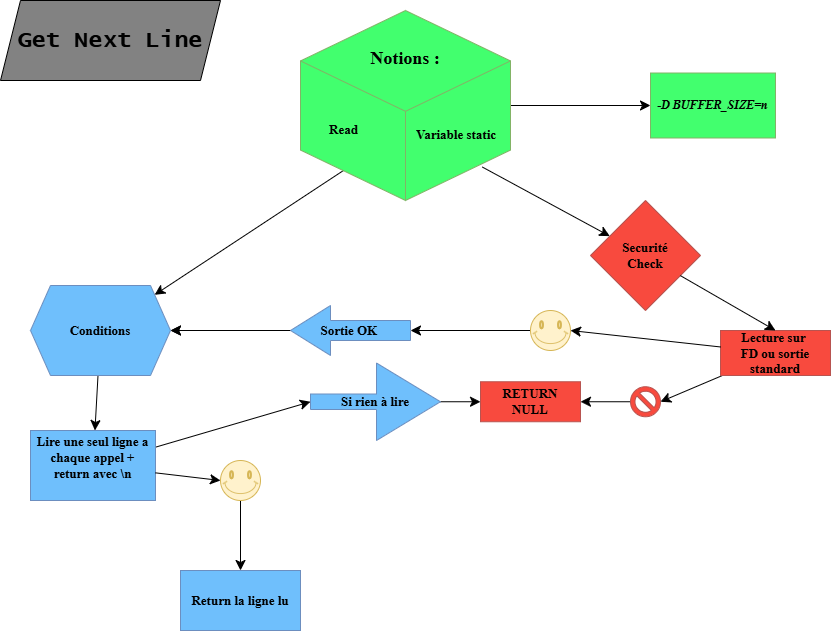
Earlier version of the draw.io export getnext.drawio.png (Lyricallll/get_next_line). Source tidied: cells renumbered, new cells last; positions are measured from the earlier drawing's top-left corner, leaving out a move shared by most shapes.
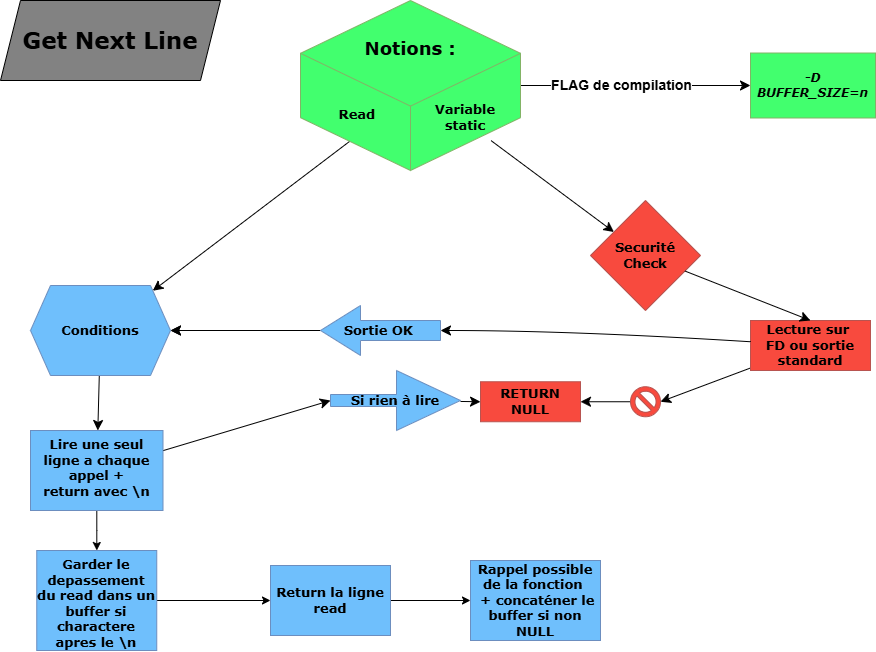
After the change.

Commit message:
Mettre à jour getnext.drawio.png

The edit, as a diff of the source:
```diff
@@ -4,72 +4,75 @@
     <mxCell id="1" parent="0" />
-    <mxCell id="2" style="edgeStyle=none;curved=1;rounded=0;jettySize=auto;html=1;fontSize=12;startSize=8;endSize=8;exitX=0.866;exitY=0.824;exitDx=0;exitDy=0;exitPerimeter=0;fontFamily=Garamond;" parent="1" edge="1" source="9" target="5">
+    <mxCell id="2" style="edgeStyle=none;curved=1;rounded=0;jettySize=auto;html=1;fontSize=12;startSize=8;endSize=8;exitX=0.866;exitY=0.824;exitDx=0;exitDy=0;exitPerimeter=0;fontFamily=Verdana;" parent="1" edge="1" source="9" target="5">
       <mxGeometry relative="1" as="geometry" />
     </mxCell>
-    <mxCell id="3" style="edgeStyle=none;curved=1;rounded=0;jettySize=auto;html=1;fontSize=12;startSize=8;endSize=8;exitX=0.224;exitY=0.828;exitDx=0;exitDy=0;exitPerimeter=0;fontFamily=Garamond;" parent="1" edge="1" source="9" target="7">
+    <mxCell id="3" style="edgeStyle=none;curved=1;rounded=0;jettySize=auto;html=1;fontSize=12;startSize=8;endSize=8;exitX=0.224;exitY=0.828;exitDx=0;exitDy=0;exitPerimeter=0;fontFamily=Verdana;" parent="1" edge="1" source="9" target="7">
       <mxGeometry relative="1" as="geometry" />
     </mxCell>
-    <mxCell id="4" value="Get Next Line" style="shape=parallelogram;perimeter=parallelogramPerimeter;whiteSpace=wrap;html=1;fixedSize=1;fontStyle=1;fontSize=23;fillColor=#828282;fontFamily=Lucida Console;" parent="1" vertex="1">
+    <mxCell id="4" value="Get Next Line" style="shape=parallelogram;perimeter=parallelogramPerimeter;whiteSpace=wrap;html=1;fixedSize=1;fontStyle=1;fontSize=23;fillColor=#828282;fontFamily=Verdana;" parent="1" vertex="1">
       <mxGeometry width="220" height="80" as="geometry" />
     </mxCell>
-    <mxCell id="5" value="Securité&lt;div&gt;Check&lt;/div&gt;" style="rhombus;whiteSpace=wrap;html=1;fontSize=13;fontFamily=Garamond;verticalAlign=middle;fillColor=#F84A3E;fontStyle=1;startSize=26;swimlaneFillColor=#ffffff;rounded=0;shadow=0;comic=0;labelBackgroundColor=none;strokeWidth=1;strokeColor=#b85450;" parent="1" vertex="1">
+    <mxCell id="5" value="Securité&lt;div&gt;Check&lt;/div&gt;" style="rhombus;whiteSpace=wrap;html=1;fontSize=13;fontFamily=Verdana;verticalAlign=middle;fillColor=#F84A3E;fontStyle=1;startSize=26;swimlaneFillColor=#ffffff;rounded=0;shadow=0;comic=0;labelBackgroundColor=none;strokeWidth=1;strokeColor=#b85450;" parent="1" vertex="1">
       <mxGeometry x="590" y="200" width="110" height="110" as="geometry" />
     </mxCell>
-    <mxCell id="6" style="edgeStyle=none;curved=1;rounded=0;jettySize=auto;html=1;fontSize=12;startSize=8;endSize=8;fontFamily=Garamond;" parent="1" edge="1" source="7" target="15">
+    <mxCell id="6" style="edgeStyle=none;curved=1;rounded=0;jettySize=auto;html=1;fontSize=12;startSize=8;endSize=8;fontFamily=Verdana;" parent="1" edge="1" source="7" target="15">
       <mxGeometry relative="1" as="geometry" />
     </mxCell>
-    <mxCell id="7" value="Conditions" style="shape=hexagon;perimeter=hexagonPerimeter2;whiteSpace=wrap;html=1;fixedSize=1;fontSize=13;fontFamily=Garamond;verticalAlign=middle;fillColor=#6FBFFC;fontStyle=1;startSize=26;swimlaneFillColor=#ffffff;rounded=0;shadow=0;comic=0;labelBackgroundColor=none;strokeWidth=1;strokeColor=#6c8ebf;" parent="1" vertex="1">
+    <mxCell id="7" value="Conditions" style="shape=hexagon;perimeter=hexagonPerimeter2;whiteSpace=wrap;html=1;fixedSize=1;fontSize=13;fontFamily=Verdana;verticalAlign=middle;fillColor=#6FBFFC;fontStyle=1;startSize=26;swimlaneFillColor=#ffffff;rounded=0;shadow=0;comic=0;labelBackgroundColor=none;strokeWidth=1;strokeColor=#6c8ebf;" parent="1" vertex="1">
       <mxGeometry x="30" y="285" width="140" height="90" as="geometry" />
     </mxCell>
-    <mxCell id="8" style="edgeStyle=none;curved=1;rounded=0;jettySize=auto;html=1;fontSize=12;startSize=8;endSize=8;fontFamily=Garamond;strokeColor=default;" parent="1" edge="1" source="9" target="23">
+    <mxCell id="8" style="edgeStyle=none;curved=1;rounded=0;jettySize=auto;html=1;fontSize=12;startSize=8;endSize=8;fontFamily=Verdana;strokeColor=default;" parent="1" edge="1" source="9" target="23">
       <mxGeometry relative="1" as="geometry" />
     </mxCell>
+    <mxCell id="33" value="&lt;b&gt;&lt;font style=&quot;font-size: 14px;&quot;&gt;FLAG de compilation&lt;/font&gt;&lt;/b&gt;" style="edgeLabel;html=1;align=center;verticalAlign=middle;" parent="8" vertex="1">
+      <mxGeometry x="-0.13" y="1" relative="1" as="geometry" />
+    </mxCell>
-    <mxCell id="9" value="&lt;div&gt;&lt;span style=&quot;font-size: 13px; font-weight: 700; text-wrap: nowrap; background-color: initial;&quot;&gt;&lt;br&gt;&lt;/span&gt;&lt;/div&gt;&lt;div&gt;&lt;span style=&quot;font-size: 13px; font-weight: 700; text-wrap: nowrap; background-color: initial;&quot;&gt;&lt;br&gt;&lt;/span&gt;&lt;/div&gt;&lt;div&gt;&lt;font style=&quot;font-size: 18px;&quot;&gt;&lt;span style=&quot;font-weight: 700; text-wrap: nowrap; background-color: initial;&quot;&gt;Notions :&lt;/span&gt;&lt;br&gt;&lt;/font&gt;&lt;/div&gt;&lt;div&gt;&lt;span style=&quot;font-size: 13px; font-weight: 700; text-wrap: nowrap; background-color: initial;&quot;&gt;&lt;br&gt;&lt;/span&gt;&lt;/div&gt;&lt;div&gt;&lt;span style=&quot;font-size: 13px; font-weight: 700; text-wrap: nowrap; background-color: initial;&quot;&gt;&lt;br&gt;&lt;/span&gt;&lt;/div&gt;&lt;div&gt;&lt;br&gt;&lt;/div&gt;&lt;div style=&quot;text-align: left;&quot;&gt;&lt;br&gt;&lt;/div&gt;" style="html=1;whiteSpace=wrap;shape=isoCube2;backgroundOutline=1;isoAngle=15;verticalAlign=top;fillColor=#42FF6E;strokeColor=#82b366;fontFamily=Garamond;" parent="1" vertex="1">
-      <mxGeometry x="300" y="10" width="210" height="190" as="geometry" />
+    <mxCell id="9" value="&lt;div&gt;&lt;span style=&quot;font-size: 13px; text-wrap: nowrap; background-color: initial;&quot;&gt;&lt;br&gt;&lt;/span&gt;&lt;/div&gt;&lt;div&gt;&lt;span style=&quot;font-size: 13px; text-wrap: nowrap; background-color: initial;&quot;&gt;&lt;br&gt;&lt;/span&gt;&lt;/div&gt;&lt;div&gt;&lt;font style=&quot;font-size: 18px;&quot;&gt;&lt;span style=&quot;text-wrap: nowrap; background-color: initial;&quot;&gt;Notions :&lt;/span&gt;&lt;br&gt;&lt;/font&gt;&lt;/div&gt;&lt;div&gt;&lt;span style=&quot;font-size: 13px; text-wrap: nowrap; background-color: initial;&quot;&gt;&lt;br&gt;&lt;/span&gt;&lt;/div&gt;&lt;div&gt;&lt;span style=&quot;font-size: 13px; text-wrap: nowrap; background-color: initial;&quot;&gt;&lt;br&gt;&lt;/span&gt;&lt;/div&gt;&lt;div&gt;&lt;br&gt;&lt;/div&gt;&lt;div style=&quot;text-align: left;&quot;&gt;&lt;br&gt;&lt;/div&gt;" style="html=1;whiteSpace=wrap;shape=isoCube2;backgroundOutline=1;isoAngle=15;verticalAlign=top;fillColor=#42FF6E;strokeColor=#82b366;fontFamily=Verdana;fontStyle=1;" parent="1" vertex="1">
+      <mxGeometry x="300" width="220" height="170" as="geometry" />
     </mxCell>
-    <mxCell id="10" value="&amp;nbsp; &amp;nbsp; &amp;nbsp; &amp;nbsp; Read" style="text;html=1;strokeColor=none;fillColor=none;align=left;verticalAlign=top;spacingLeft=1;spacingRight=4;whiteSpace=wrap;overflow=hidden;fontStyle=1;fontSize=13;spacingBottom=0;flipV=0;flipH=0;direction=west;fontFamily=Garamond;" parent="1" vertex="1">
-      <mxGeometry x="300" y="115" width="110" height="30" as="geometry" />
+    <mxCell id="10" value="&amp;nbsp; &amp;nbsp; &amp;nbsp; &amp;nbsp; Read" style="text;html=1;strokeColor=none;fillColor=none;align=left;verticalAlign=top;spacingLeft=1;spacingRight=4;whiteSpace=wrap;overflow=hidden;fontStyle=1;fontSize=13;spacingBottom=0;flipV=0;flipH=0;direction=west;fontFamily=Verdana;horizontal=1;" parent="1" vertex="1">
+      <mxGeometry x="300" y="100" width="110" height="30" as="geometry" />
     </mxCell>
-    <mxCell id="11" value="Variable static&lt;div&gt;&lt;span style=&quot;white-space: pre;&quot;&gt;&#9;&lt;/span&gt;&lt;span style=&quot;white-space: pre;&quot;&gt;&#9;&lt;/span&gt;&lt;br&gt;&lt;/div&gt;" style="text;html=1;strokeColor=none;fillColor=none;align=left;verticalAlign=top;spacingLeft=4;spacingRight=4;whiteSpace=wrap;overflow=hidden;fontStyle=1;fontSize=13;fontFamily=Garamond;direction=west;" parent="1" vertex="1">
-      <mxGeometry x="410" y="120" width="100" height="40" as="geometry" />
+    <mxCell id="11" value="Variable static&lt;br&gt;&#9;&#9;&lt;br&gt;" style="text;strokeColor=none;fillColor=none;align=center;verticalAlign=top;spacingLeft=4;spacingRight=4;whiteSpace=wrap;overflow=hidden;fontStyle=1;fontSize=13;fontFamily=Verdana;direction=west;html=1;" parent="1" vertex="1">
+      <mxGeometry x="410" y="95" width="110" height="40" as="geometry" />
     </mxCell>
-    <mxCell id="12" value="RETURN&lt;div&gt;&lt;span style=&quot;background-color: initial;&quot;&gt;NULL&lt;/span&gt;&lt;br&gt;&lt;/div&gt;" style="rounded=0;whiteSpace=wrap;html=1;fontSize=13;fontFamily=Garamond;fillColor=#F84A3E;strokeColor=#b85450;fontStyle=1;startSize=26;swimlaneFillColor=#ffffff;shadow=0;comic=0;labelBackgroundColor=none;strokeWidth=1;align=center;verticalAlign=middle;fontColor=default;" parent="1" vertex="1">
+    <mxCell id="12" value="RETURN&lt;div&gt;&lt;span style=&quot;background-color: initial;&quot;&gt;NULL&lt;/span&gt;&lt;br&gt;&lt;/div&gt;" style="rounded=0;whiteSpace=wrap;html=1;fontSize=13;fontFamily=Verdana;fillColor=#F84A3E;strokeColor=#b85450;fontStyle=1;startSize=26;swimlaneFillColor=#ffffff;shadow=0;comic=0;labelBackgroundColor=none;strokeWidth=1;align=center;verticalAlign=middle;fontColor=default;" parent="1" vertex="1">
       <mxGeometry x="480" y="381.2" width="100" height="40" as="geometry" />
     </mxCell>
-    <mxCell id="13" style="edgeStyle=none;curved=1;rounded=0;jettySize=auto;html=1;fontSize=12;startSize=8;endSize=8;entryX=0;entryY=0.5;entryDx=0;entryDy=0;entryPerimeter=0;fontFamily=Garamond;" parent="1" edge="1" source="15" target="17">
+    <mxCell id="13" style="edgeStyle=none;curved=1;rounded=0;jettySize=auto;html=1;fontSize=12;startSize=8;endSize=8;entryX=0;entryY=0.5;entryDx=0;entryDy=0;entryPerimeter=0;fontFamily=Verdana;" parent="1" edge="1" source="15" target="17">
       <mxGeometry relative="1" as="geometry" />
     </mxCell>
-    <mxCell id="14" style="edgeStyle=none;curved=1;rounded=0;jettySize=auto;html=1;entryX=0.5;entryY=0;entryDx=0;entryDy=0;fontSize=12;startSize=8;endSize=8;fontFamily=Garamond;" parent="1" edge="1" source="30" target="18">
-      <mxGeometry relative="1" as="geometry" />
-    </mxCell>
+    <mxCell id="34" style="edgeStyle=orthogonalEdgeStyle;rounded=0;jettySize=auto;html=1;" parent="1" edge="1" source="15" target="37">
+      <mxGeometry relative="1" as="geometry" />
+    </mxCell>
-    <mxCell id="15" value="Lire une seul ligne a chaque app&lt;span style=&quot;background-color: initial;&quot;&gt;el +&lt;/span&gt;&lt;div&gt;return avec \n&lt;br&gt;&lt;div&gt;&lt;div&gt;&lt;br&gt;&lt;/div&gt;&lt;/div&gt;&lt;/div&gt;" style="whiteSpace=wrap;html=1;fontSize=13;fontFamily=Garamond;fillColor=#6FBFFC;strokeColor=#6c8ebf;fontStyle=1;startSize=26;swimlaneFillColor=#ffffff;rounded=0;shadow=0;comic=0;labelBackgroundColor=none;strokeWidth=1;verticalAlign=middle;align=center;fontColor=default;" parent="1" vertex="1">
-      <mxGeometry x="30" y="430" width="125" height="70" as="geometry" />
+    <mxCell id="15" value="Lire une seul ligne a chaque app&lt;span style=&quot;background-color: initial;&quot;&gt;el +&lt;/span&gt;&lt;div&gt;return avec \n&lt;br&gt;&lt;div&gt;&lt;div&gt;&lt;br&gt;&lt;/div&gt;&lt;/div&gt;&lt;/div&gt;" style="whiteSpace=wrap;html=1;fontSize=13;fontFamily=Verdana;fillColor=#6FBFFC;strokeColor=#6c8ebf;fontStyle=1;startSize=26;swimlaneFillColor=#ffffff;rounded=0;shadow=0;comic=0;labelBackgroundColor=none;strokeWidth=1;verticalAlign=top;align=center;fontColor=default;" parent="1" vertex="1">
+      <mxGeometry x="30" y="430" width="132.5" height="80" as="geometry" />
     </mxCell>
-    <mxCell id="16" style="edgeStyle=none;curved=1;rounded=0;jettySize=auto;html=1;entryX=0;entryY=0.5;entryDx=0;entryDy=0;fontSize=12;startSize=8;endSize=8;fontFamily=Garamond;" parent="1" edge="1" source="17" target="12">
+    <mxCell id="16" style="edgeStyle=none;curved=1;rounded=0;jettySize=auto;html=1;entryX=0;entryY=0.5;entryDx=0;entryDy=0;fontSize=12;startSize=8;endSize=8;fontFamily=Verdana;" parent="1" edge="1" source="17" target="12">
       <mxGeometry relative="1" as="geometry" />
     </mxCell>
-    <mxCell id="17" value="Si rien à lire" style="shape=singleArrow;whiteSpace=wrap;html=1;arrowWidth=0.2;arrowSize=0.49230769230769234;fontSize=13;fontFamily=Garamond;verticalAlign=middle;fillColor=#6FBFFC;strokeColor=#6c8ebf;fontStyle=1;startSize=26;swimlaneFillColor=#ffffff;rounded=0;shadow=0;comic=0;labelBackgroundColor=none;strokeWidth=1;align=center;fontColor=default;" parent="1" vertex="1">
-      <mxGeometry x="310" y="362.5" width="130" height="77.5" as="geometry" />
+    <mxCell id="17" value="Si rien à lire" style="shape=singleArrow;whiteSpace=wrap;html=1;arrowWidth=0.2;arrowSize=0.49230769230769234;fontSize=13;fontFamily=Verdana;verticalAlign=middle;fillColor=#6FBFFC;strokeColor=#6c8ebf;fontStyle=1;startSize=26;swimlaneFillColor=#ffffff;rounded=0;shadow=0;comic=0;labelBackgroundColor=none;strokeWidth=1;align=center;fontColor=default;" parent="1" vertex="1">
+      <mxGeometry x="330" y="370" width="130" height="60" as="geometry" />
     </mxCell>
+    <mxCell id="35" style="edgeStyle=orthogonalEdgeStyle;rounded=0;jettySize=auto;html=1;" parent="1" edge="1" source="18" target="38">
+      <mxGeometry relative="1" as="geometry" />
+    </mxCell>
-    <mxCell id="18" value="Return la ligne lu" style="whiteSpace=wrap;html=1;fontSize=13;fontFamily=Garamond;fillColor=#6FBFFC;strokeColor=#6c8ebf;fontStyle=1;startSize=26;swimlaneFillColor=#ffffff;rounded=0;shadow=0;comic=0;labelBackgroundColor=none;strokeWidth=1;align=center;verticalAlign=middle;fontColor=default;" parent="1" vertex="1">
-      <mxGeometry x="180" y="570" width="120" height="60" as="geometry" />
+    <mxCell id="18" value="Return la ligne read" style="whiteSpace=wrap;html=1;fontSize=13;fontFamily=Verdana;fillColor=#6FBFFC;strokeColor=#6c8ebf;fontStyle=1;startSize=26;swimlaneFillColor=#ffffff;rounded=0;shadow=0;comic=0;labelBackgroundColor=none;strokeWidth=1;align=center;verticalAlign=middle;fontColor=default;" parent="1" vertex="1">
+      <mxGeometry x="270" y="565" width="120" height="70" as="geometry" />
     </mxCell>
-    <mxCell id="19" style="edgeStyle=none;curved=1;rounded=0;jettySize=auto;html=1;fontSize=12;startSize=8;endSize=8;fontFamily=Garamond;" parent="1" edge="1" source="28" target="12">
+    <mxCell id="19" style="edgeStyle=none;curved=1;rounded=0;jettySize=auto;html=1;fontSize=12;startSize=8;endSize=8;fontFamily=Verdana;" parent="1" edge="1" source="28" target="12">
       <mxGeometry relative="1" as="geometry" />
     </mxCell>
-    <mxCell id="20" style="edgeStyle=none;curved=1;rounded=0;jettySize=auto;html=1;fontSize=12;startSize=8;endSize=8;entryX=0;entryY=0.5;entryDx=0;entryDy=0;entryPerimeter=0;fontFamily=Garamond;" parent="1" edge="1" source="31" target="27">
-      <mxGeometry relative="1" as="geometry" />
-    </mxCell>
-    <mxCell id="21" style="edgeStyle=none;curved=1;rounded=0;jettySize=auto;html=1;fontSize=12;startSize=8;endSize=8;entryX=1;entryY=0.5;entryDx=0;entryDy=0;entryPerimeter=0;fontFamily=Garamond;" parent="1" edge="1" source="22" target="28">
+    <mxCell id="21" style="edgeStyle=none;curved=1;rounded=0;jettySize=auto;html=1;fontSize=12;startSize=8;endSize=8;entryX=1;entryY=0.5;entryDx=0;entryDy=0;entryPerimeter=0;fontFamily=Verdana;" parent="1" edge="1" source="22" target="28">
       <mxGeometry relative="1" as="geometry" />
     </mxCell>
-    <mxCell id="22" value="Lecture sur&amp;nbsp;&lt;div&gt;FD ou sortie standard&lt;/div&gt;" style="whiteSpace=wrap;html=1;fontSize=13;fontFamily=Garamond;fillColor=#F84A3E;strokeColor=#b85450;fontStyle=1;startSize=26;swimlaneFillColor=#ffffff;rounded=0;shadow=0;comic=0;labelBackgroundColor=none;strokeWidth=1;align=center;verticalAlign=middle;fontColor=default;" parent="1" vertex="1">
-      <mxGeometry x="720" y="330" width="110" height="45" as="geometry" />
+    <mxCell id="22" value="Lecture sur&amp;nbsp;&lt;div&gt;FD ou sortie standard&lt;/div&gt;" style="whiteSpace=wrap;html=1;fontSize=13;fontFamily=Verdana;fillColor=#F84A3E;strokeColor=#b85450;fontStyle=1;startSize=26;swimlaneFillColor=#ffffff;rounded=0;shadow=0;comic=0;labelBackgroundColor=none;strokeWidth=1;align=center;verticalAlign=middle;fontColor=default;" parent="1" vertex="1">
+      <mxGeometry x="750" y="320" width="120" height="50" as="geometry" />
     </mxCell>
-    <mxCell id="23" value="-D BUFFER_SIZE=n" style="whiteSpace=wrap;html=1;verticalAlign=middle;fillColor=#42FF6E;strokeColor=#82b366;fontStyle=3;fillStyle=auto;strokeWidth=1;perimeterSpacing=0;glass=0;rounded=0;shadow=0;align=center;fontFamily=Garamond;fontSize=12;fontColor=default;" parent="1" vertex="1">
-      <mxGeometry x="650" y="72.5" width="125" height="65" as="geometry" />
+    <mxCell id="23" value="-D BUFFER_SIZE=n" style="whiteSpace=wrap;html=1;verticalAlign=middle;fillColor=#42FF6E;strokeColor=#82b366;fontStyle=3;fillStyle=auto;strokeWidth=1;perimeterSpacing=0;glass=0;rounded=0;shadow=0;align=center;fontFamily=Verdana;fontSize=12;fontColor=default;" parent="1" vertex="1">
+      <mxGeometry x="750" y="52.5" width="125" height="65" as="geometry" />
     </mxCell>
-    <mxCell id="24" style="edgeStyle=none;curved=1;rounded=0;jettySize=auto;html=1;fontSize=12;startSize=8;endSize=8;entryX=0.5;entryY=0;entryDx=0;entryDy=0;strokeColor=default;fontFamily=Garamond;" parent="1" edge="1" source="5" target="22">
+    <mxCell id="24" style="edgeStyle=none;curved=1;rounded=0;jettySize=auto;html=1;fontSize=12;startSize=8;endSize=8;entryX=0.5;entryY=0;entryDx=0;entryDy=0;strokeColor=default;fontFamily=Verdana;" parent="1" edge="1" source="5" target="22">
       <mxGeometry relative="1" as="geometry" />
     </mxCell>
-    <mxCell id="25" style="edgeStyle=none;curved=1;rounded=0;jettySize=auto;html=1;fontSize=12;startSize=8;endSize=8;entryX=1;entryY=0.5;entryDx=0;entryDy=0;fontFamily=Garamond;" parent="1" edge="1" target="7">
+    <mxCell id="25" style="edgeStyle=none;curved=1;rounded=0;jettySize=auto;html=1;fontSize=12;startSize=8;endSize=8;entryX=1;entryY=0.5;entryDx=0;entryDy=0;fontFamily=Verdana;" parent="1" edge="1" target="7">
       <mxGeometry relative="1" as="geometry">
@@ -78,23 +81,27 @@
     </mxCell>
-    <mxCell id="26" style="edgeStyle=none;curved=1;rounded=0;jettySize=auto;html=1;fontSize=12;startSize=8;endSize=8;fontFamily=Garamond;" parent="1" edge="1" source="27" target="7">
+    <mxCell id="26" style="edgeStyle=none;curved=1;rounded=0;jettySize=auto;html=1;fontSize=12;startSize=8;endSize=8;fontFamily=Verdana;" parent="1" edge="1" source="27" target="7">
       <mxGeometry relative="1" as="geometry" />
     </mxCell>
-    <mxCell id="27" value="Sortie&lt;span style=&quot;background-color: initial;&quot;&gt;&amp;nbsp;OK&amp;nbsp;&lt;/span&gt;" style="html=1;shadow=0;dashed=0;align=center;verticalAlign=middle;shape=mxgraph.arrows2.arrow;dy=0.6;dx=40;flipH=1;notch=0;fillColor=#6FBFFC;strokeColor=#6c8ebf;fontStyle=1;fontSize=13;rounded=0;comic=0;strokeWidth=1;swimlaneFillColor=#ffffff;fontFamily=Garamond;fontColor=default;labelBackgroundColor=none;" parent="1" vertex="1">
-      <mxGeometry x="290" y="305" width="120" height="50" as="geometry" />
+    <mxCell id="27" value="Sortie&lt;span style=&quot;background-color: initial;&quot;&gt;&amp;nbsp;OK&amp;nbsp;&lt;/span&gt;" style="html=1;shadow=0;dashed=0;align=center;verticalAlign=middle;shape=mxgraph.arrows2.arrow;dy=0.6;dx=40;flipH=1;notch=0;fillColor=#6FBFFC;strokeColor=#6c8ebf;fontStyle=1;fontSize=13;rounded=0;comic=0;strokeWidth=1;swimlaneFillColor=#ffffff;fontFamily=Verdana;fontColor=default;labelBackgroundColor=none;" parent="1" vertex="1">
+      <mxGeometry x="320" y="305" width="120" height="50" as="geometry" />
     </mxCell>
-    <mxCell id="28" style="verticalLabelPosition=bottom;verticalAlign=middle;html=1;shape=mxgraph.basic.no_symbol;fillColor=#F84A3E;strokeColor=#b85450;rounded=0;shadow=0;comic=0;strokeWidth=1;align=center;swimlaneFillColor=#ffffff;fontFamily=Garamond;fontSize=13;fontColor=default;fontStyle=1;labelBackgroundColor=none;" parent="1" vertex="1">
+    <mxCell id="28" style="verticalLabelPosition=bottom;verticalAlign=middle;html=1;shape=mxgraph.basic.no_symbol;fillColor=#F84A3E;strokeColor=#b85450;rounded=0;shadow=0;comic=0;strokeWidth=1;align=center;swimlaneFillColor=#ffffff;fontFamily=Verdana;fontSize=13;fontColor=default;fontStyle=1;labelBackgroundColor=none;" parent="1" vertex="1">
       <mxGeometry x="630" y="386.2" width="30" height="30" as="geometry" />
     </mxCell>
-    <mxCell id="29" style="edgeStyle=none;curved=1;rounded=0;jettySize=auto;html=1;entryX=0;entryY=0.5;entryDx=0;entryDy=0;fontSize=12;startSize=8;endSize=8;fontFamily=Garamond;" parent="1" edge="1" source="15" target="30">
-      <mxGeometry relative="1" as="geometry" />
-    </mxCell>
-    <mxCell id="30" style="verticalLabelPosition=bottom;verticalAlign=middle;html=1;shape=mxgraph.basic.smiley;fillColor=#fff2cc;strokeColor=#d6b656;rounded=0;shadow=0;comic=0;strokeWidth=1;align=center;swimlaneFillColor=#ffffff;fontFamily=Garamond;fontSize=13;fontStyle=1;labelBackgroundColor=none;" parent="1" vertex="1">
-      <mxGeometry x="220" y="460" width="40" height="40" as="geometry" />
-    </mxCell>
-    <mxCell id="31" style="verticalLabelPosition=bottom;verticalAlign=middle;html=1;shape=mxgraph.basic.smiley;fillColor=#fff2cc;strokeColor=#d6b656;rounded=0;shadow=0;comic=0;strokeWidth=1;align=center;swimlaneFillColor=#ffffff;fontFamily=Garamond;fontSize=13;fontStyle=1;labelBackgroundColor=none;" parent="1" vertex="1">
-      <mxGeometry x="530" y="310" width="40" height="40" as="geometry" />
-    </mxCell>
-    <mxCell id="32" style="edgeStyle=none;curved=1;rounded=0;jettySize=auto;html=1;entryX=1;entryY=0.5;entryDx=0;entryDy=0;entryPerimeter=0;fontSize=12;startSize=8;endSize=8;fontFamily=Garamond;" parent="1" edge="1" source="22" target="31">
-      <mxGeometry relative="1" as="geometry" />
+    <mxCell id="32" style="edgeStyle=none;curved=1;rounded=0;jettySize=auto;html=1;entryX=0;entryY=0.5;entryDx=0;entryDy=0;entryPerimeter=0;fontSize=12;startSize=8;endSize=8;fontFamily=Verdana;" parent="1" edge="1" source="22" target="27">
+      <mxGeometry relative="1" as="geometry">
+        <Array as="points">
+          <mxPoint x="570" y="330" />
+        </Array>
+      </mxGeometry>
     </mxCell>
+    <mxCell id="36" style="edgeStyle=orthogonalEdgeStyle;rounded=0;jettySize=auto;html=1;entryX=0;entryY=0.5;entryDx=0;entryDy=0;" parent="1" edge="1" source="37" target="18">
+      <mxGeometry relative="1" as="geometry" />
+    </mxCell>
+    <mxCell id="37" value="Garder le&lt;div&gt;depassement du read dans un buffer si charactere apres le \n&lt;/div&gt;" style="rounded=0;whiteSpace=wrap;html=1;fontSize=13;fontFamily=Verdana;verticalAlign=top;fillColor=#6FBFFC;strokeColor=#6c8ebf;fontStyle=1;startSize=26;swimlaneFillColor=#ffffff;shadow=0;comic=0;labelBackgroundColor=none;strokeWidth=1;" parent="1" vertex="1">
+      <mxGeometry x="36.2" y="550" width="120" height="100" as="geometry" />
+    </mxCell>
+    <mxCell id="38" value="Rappel possible&lt;div&gt;de la fonction&amp;nbsp;&lt;/div&gt;&lt;div&gt;&amp;nbsp;+ concaténer le buffer si non NULL&lt;/div&gt;" style="rounded=0;whiteSpace=wrap;html=1;fontSize=13;fontFamily=Verdana;fillColor=#6FBFFC;strokeColor=#6c8ebf;fontStyle=1;startSize=26;swimlaneFillColor=#ffffff;shadow=0;comic=0;labelBackgroundColor=none;strokeWidth=1;" parent="1" vertex="1">
+      <mxGeometry x="470" y="560" width="130" height="80" as="geometry" />
+    </mxCell>
   </root>
```
